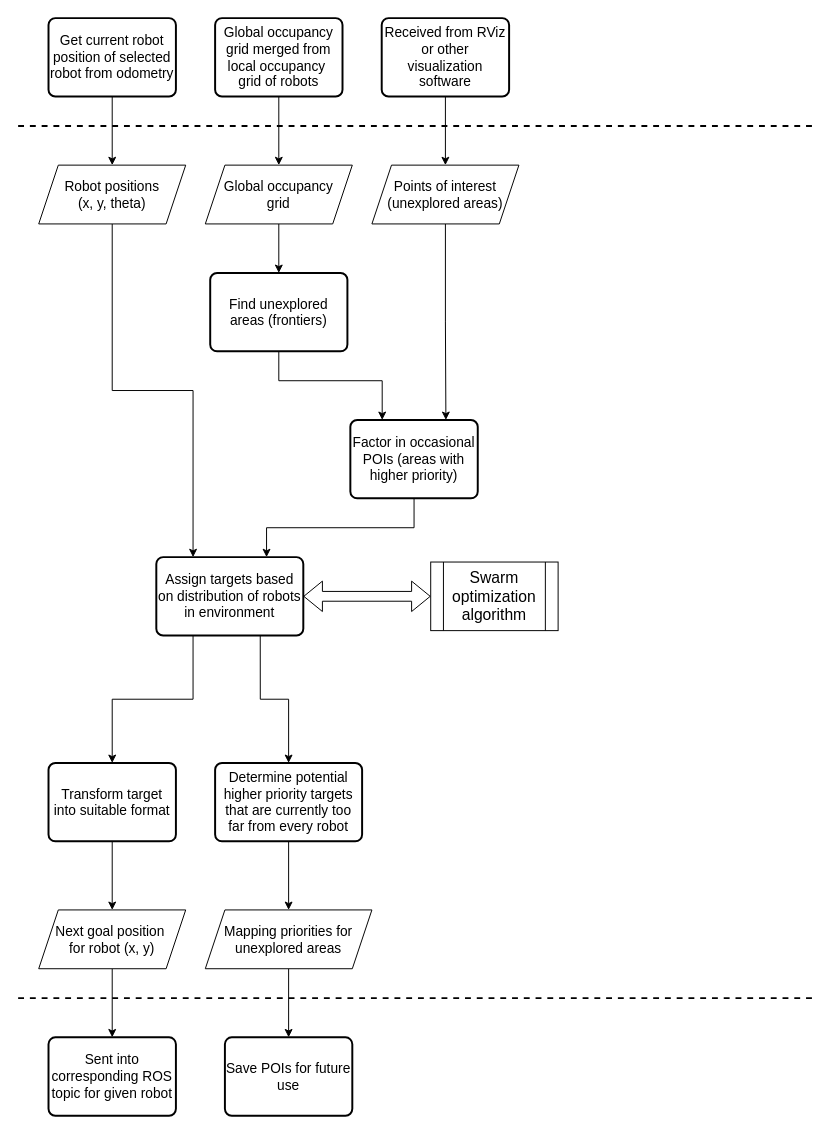
Above: robot_network/resource/robot_swarm_optimizer_network.drawio in Jakuko99/robot-node-ros2 (draw.io), before the change. Source tidied: cells renumbered, new cells numbered last; positions are measured from the earlier drawing's top-left corner, leaving out a move shared by most shapes. Both pictures are drawn from the tidied source at 98%, with x=0, y=0 at pixel (18, 18).
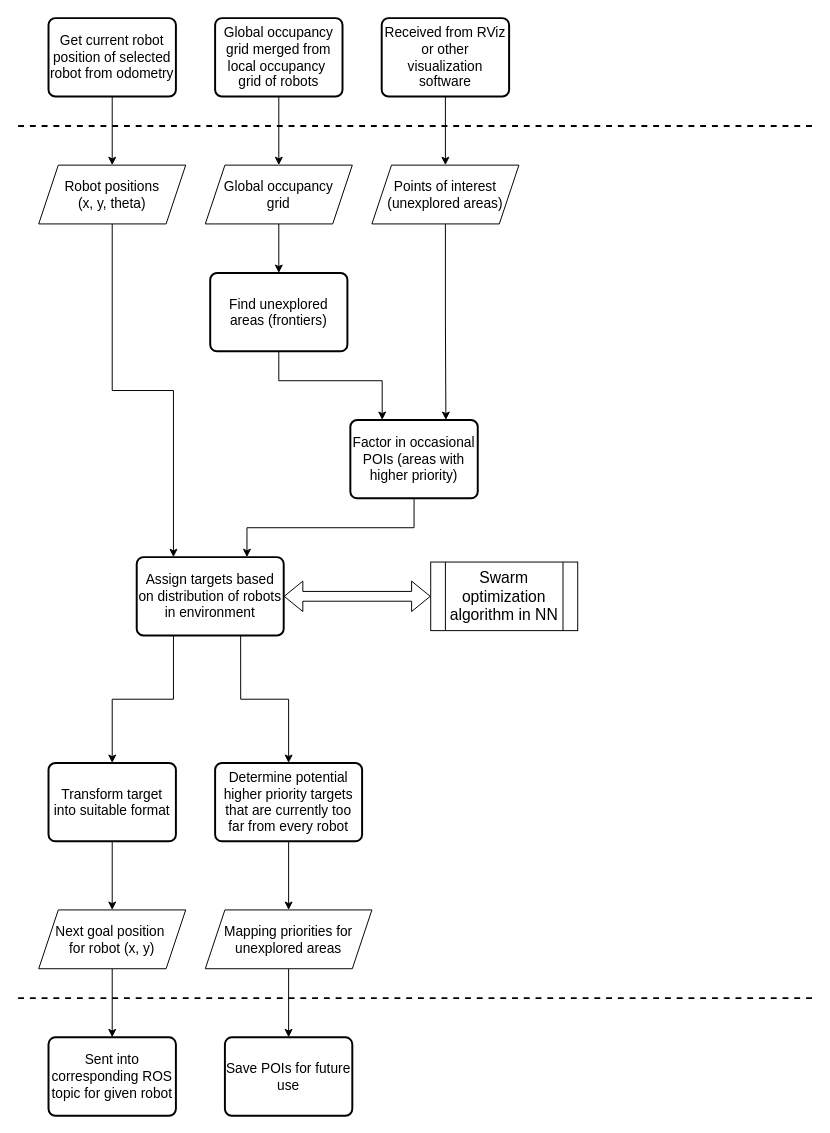
After the change.

The edit, as a diff of the source:
```diff
@@
     <mxCell id="26" value="&lt;font style=&quot;font-size: 14px;&quot;&gt;Assign targets based on distribution of robots in environment&lt;/font&gt;" style="rounded=1;whiteSpace=wrap;html=1;absoluteArcSize=1;arcSize=14;strokeWidth=2;" parent="1" vertex="1">
-      <mxGeometry x="141" y="550" width="150" height="80" as="geometry" />
+      <mxGeometry x="121" y="550" width="150" height="80" as="geometry" />
     </mxCell>
@@
-    <mxCell id="33" value="&lt;font style=&quot;font-size: 16px;&quot;&gt;Swarm optimization algorithm&lt;/font&gt;" style="shape=process;whiteSpace=wrap;html=1;backgroundOutline=1;" parent="1" vertex="1">
-      <mxGeometry x="421" y="555" width="130" height="70" as="geometry" />
+    <mxCell id="33" value="&lt;font style=&quot;font-size: 16px;&quot;&gt;Swarm optimization algorithm in NN&lt;/font&gt;" style="shape=process;whiteSpace=wrap;html=1;backgroundOutline=1;" parent="1" vertex="1">
+      <mxGeometry x="421" y="555" width="150" height="70" as="geometry" />
     </mxCell>
```
